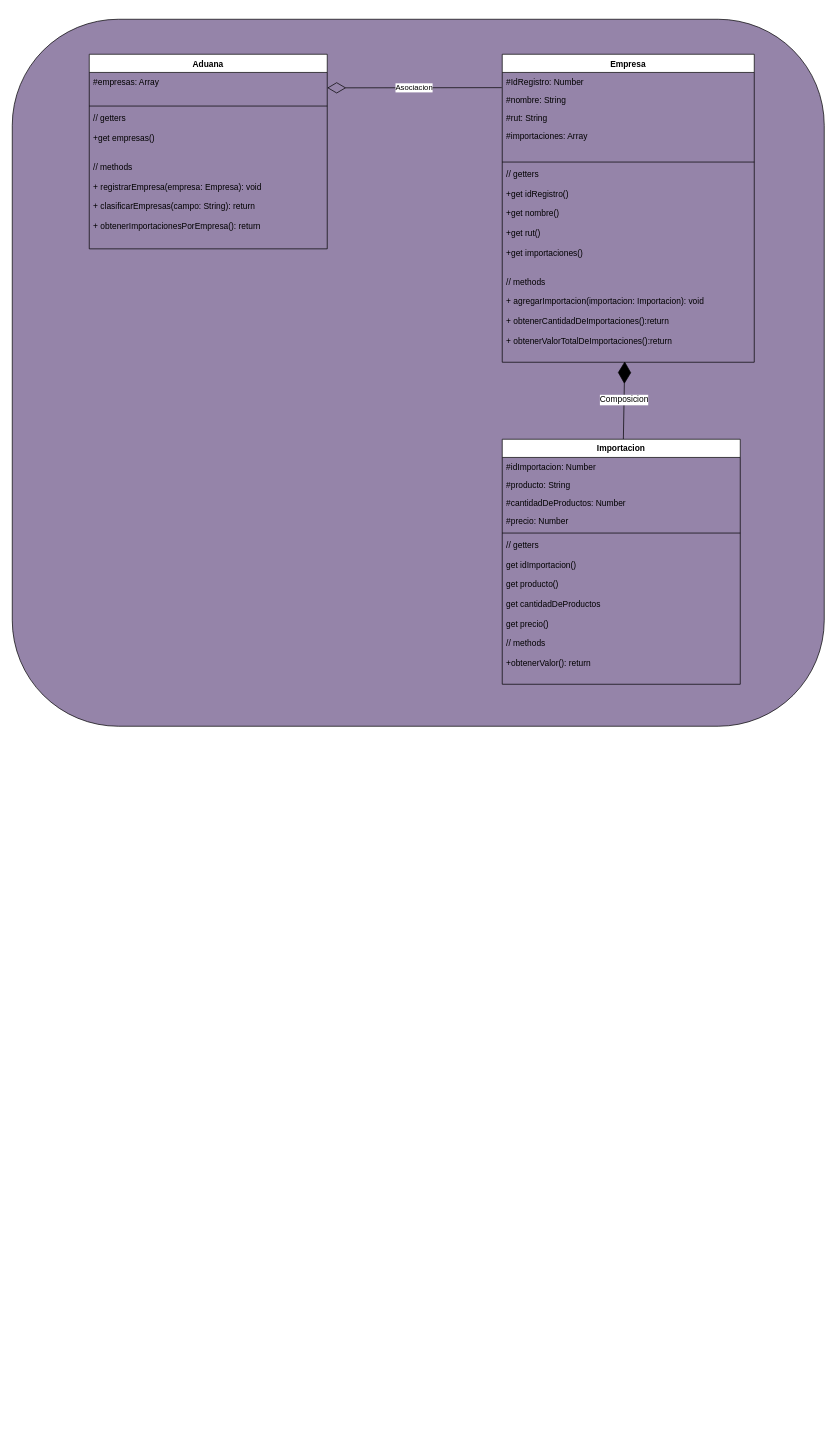
Above: diagrama-uml.dio in polite-racoon/modulo4-grupal3 (draw.io), before the change. Source tidied: cells renumbered, new cells numbered last; positions are measured from the earlier drawing's top-left corner, leaving out a move shared by most shapes. Both pictures are drawn from the tidied source at 70%, with x=0, y=0 at pixel (12, 19).
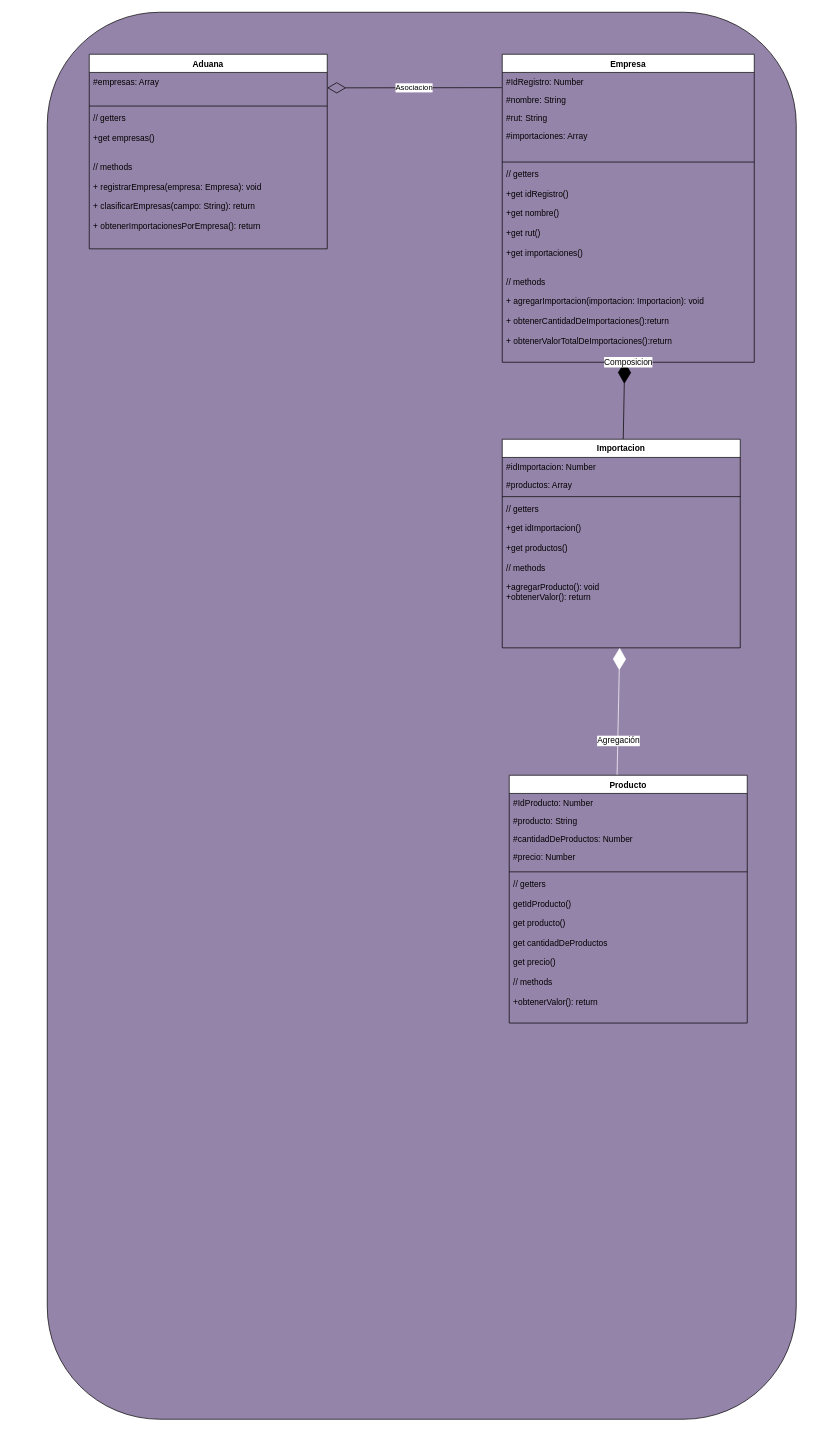
After the change.

Commit message (it also covers changes not shown here):
Modifica Alert, actualiza diagrama

The change refers to these unchanged cells:
```xml
<mxCell id="9" value="// getters&#10;&#10;+get idRegistro()&#10;&#10;+get nombre()&#10;&#10;+get rut()&#10;&#10;+get importaciones()&#10;&#10;&#10;// methods&#10;&#10;+ agregarImportacion(importacion: Importacion): void&#10;&#10;+ obtenerCantidadDeImportaciones():return&#10;&#10;+ obtenerValorTotalDeImportaciones():return&#10;" style="text;strokeColor=none;fillColor=none;align=left;verticalAlign=top;spacingLeft=4;spacingRight=4;overflow=hidden;points=[[0,0.5],[1,0.5]];portConstraint=eastwest;" parent="3" vertex="1">
  <mxGeometry y="158" width="360" height="282" as="geometry" />
</mxCell>
```

What changed in the source:
```diff
@@
     <mxCell id="2" style="rounded=1;whiteSpace=wrap;html=1;fontColor=#000000;fillColor=#9584a9;" parent="1" vertex="1">
-      <mxGeometry width="1160" height="1010" as="geometry" />
+      <mxGeometry x="50" y="-10" width="1070" height="2010" as="geometry" />
     </mxCell>
@@
     <mxCell id="14" value="Composicion" style="edgeStyle=none;html=1;fontSize=12;targetPerimeterSpacing=0;endSize=29;endArrow=diamondThin;endFill=1;strokeColor=#000000;entryX=0.486;entryY=0.996;entryDx=0;entryDy=0;entryPerimeter=0;" parent="1" edge="1" source="15" target="9">
-      <mxGeometry relative="1" as="geometry" />
+      <mxGeometry x="1" y="-5" relative="1" as="geometry">
+        <mxPoint y="1" as="offset" />
+      </mxGeometry>
     </mxCell>
     <mxCell id="15" value="Importacion" style="swimlane;fontStyle=1;align=center;verticalAlign=top;horizontal=1;startSize=26;" parent="1" vertex="1">
-      <mxGeometry x="700" y="600" width="340" height="350" as="geometry" />
+      <mxGeometry x="700" y="600" width="340" height="298" as="geometry" />
     </mxCell>
@@
-    <mxCell id="17" value="#producto: String" style="text;strokeColor=none;fillColor=none;align=left;verticalAlign=top;spacingLeft=4;spacingRight=4;overflow=hidden;" parent="15" vertex="1">
+    <mxCell id="17" value="#productos: Array" style="text;strokeColor=none;fillColor=none;align=left;verticalAlign=top;spacingLeft=4;spacingRight=4;overflow=hidden;" parent="15" vertex="1">
       <mxGeometry y="52" width="340" height="26" as="geometry" />
     </mxCell>
-    <mxCell id="18" value="#cantidadDeProductos: Number" style="text;strokeColor=none;fillColor=none;align=left;verticalAlign=top;spacingLeft=4;spacingRight=4;overflow=hidden;" parent="15" vertex="1">
-      <mxGeometry y="78" width="340" height="26" as="geometry" />
-    </mxCell>
-    <mxCell id="19" value="#precio: Number" style="text;strokeColor=none;fillColor=none;align=left;verticalAlign=top;spacingLeft=4;spacingRight=4;overflow=hidden;" parent="15" vertex="1">
-      <mxGeometry y="104" width="340" height="26" as="geometry" />
-    </mxCell>
     <mxCell id="20" style="line;strokeWidth=1;fillColor=none;align=left;verticalAlign=middle;spacingTop=-1;spacingLeft=3;spacingRight=3;labelPosition=right;strokeColor=inherit;" parent="15" vertex="1">
-      <mxGeometry y="130" width="340" height="8" as="geometry" />
+      <mxGeometry y="78" width="340" height="8" as="geometry" />
     </mxCell>
-    <mxCell id="21" value="// getters&#10;&#10;get idImportacion()&#10;&#10;get producto()&#10;&#10;get cantidadDeProductos&#10;&#10;get precio()&#10;&#10;// methods&#10;&#10;+obtenerValor(): return" style="text;strokeColor=none;fillColor=none;align=left;verticalAlign=top;spacingLeft=4;spacingRight=4;overflow=hidden;points=[[0,0.5],[1,0.5]];portConstraint=eastwest;" parent="15" vertex="1">
-      <mxGeometry y="138" width="340" height="212" as="geometry" />
+    <mxCell id="21" value="// getters&#10;&#10;+get idImportacion()&#10;&#10;+get productos()&#10;&#10;// methods&#10;&#10;+agregarProducto(): void&#10;+obtenerValor(): return" style="text;strokeColor=none;fillColor=none;align=left;verticalAlign=top;spacingLeft=4;spacingRight=4;overflow=hidden;points=[[0,0.5],[1,0.5]];portConstraint=eastwest;" parent="15" vertex="1">
+      <mxGeometry y="86" width="340" height="212" as="geometry" />
     </mxCell>
@@
+    <mxCell id="23" value="Agregación" style="edgeStyle=none;html=1;fontSize=12;targetPerimeterSpacing=0;endSize=29;endArrow=diamondThin;endFill=1;strokeColor=#FFFFFF;exitX=0.453;exitY=0.002;exitDx=0;exitDy=0;fillColor=#f9f7ed;exitPerimeter=0;" parent="1" edge="1" source="24" target="21">
+      <mxGeometry x="-0.46" y="-1" relative="1" as="geometry">
+        <mxPoint y="-1" as="offset" />
+      </mxGeometry>
+    </mxCell>
+    <mxCell id="24" value="Producto" style="swimlane;fontStyle=1;align=center;verticalAlign=top;horizontal=1;startSize=26;" parent="1" vertex="1">
+      <mxGeometry x="710" y="1080" width="340" height="354" as="geometry" />
+    </mxCell>
+    <mxCell id="25" value="#IdProducto: Number" style="text;strokeColor=none;fillColor=none;align=left;verticalAlign=top;spacingLeft=4;spacingRight=4;overflow=hidden;" parent="24" vertex="1">
+      <mxGeometry y="26" width="340" height="26" as="geometry" />
+    </mxCell>
+    <mxCell id="26" value="#producto: String" style="text;strokeColor=none;fillColor=none;align=left;verticalAlign=top;spacingLeft=4;spacingRight=4;overflow=hidden;" parent="24" vertex="1">
+      <mxGeometry y="52" width="340" height="26" as="geometry" />
+    </mxCell>
+    <mxCell id="18" value="#cantidadDeProductos: Number" style="text;strokeColor=none;fillColor=none;align=left;verticalAlign=top;spacingLeft=4;spacingRight=4;overflow=hidden;" parent="24" vertex="1">
+      <mxGeometry y="78" width="340" height="26" as="geometry" />
+    </mxCell>
+    <mxCell id="19" value="#precio: Number" style="text;strokeColor=none;fillColor=none;align=left;verticalAlign=top;spacingLeft=4;spacingRight=4;overflow=hidden;" parent="24" vertex="1">
+      <mxGeometry y="104" width="340" height="30" as="geometry" />
+    </mxCell>
+    <mxCell id="27" style="line;strokeWidth=1;fillColor=none;align=left;verticalAlign=middle;spacingTop=-1;spacingLeft=3;spacingRight=3;labelPosition=right;strokeColor=inherit;" parent="24" vertex="1">
+      <mxGeometry y="134" width="340" height="8" as="geometry" />
+    </mxCell>
+    <mxCell id="28" value="// getters&#10;&#10;getIdProducto()&#10;&#10;get producto()&#10;&#10;get cantidadDeProductos&#10;&#10;get precio()&#10;&#10;// methods&#10;&#10;+obtenerValor(): return" style="text;strokeColor=none;fillColor=none;align=left;verticalAlign=top;spacingLeft=4;spacingRight=4;overflow=hidden;" parent="24" vertex="1">
+      <mxGeometry y="142" width="340" height="212" as="geometry" />
+    </mxCell>
```
